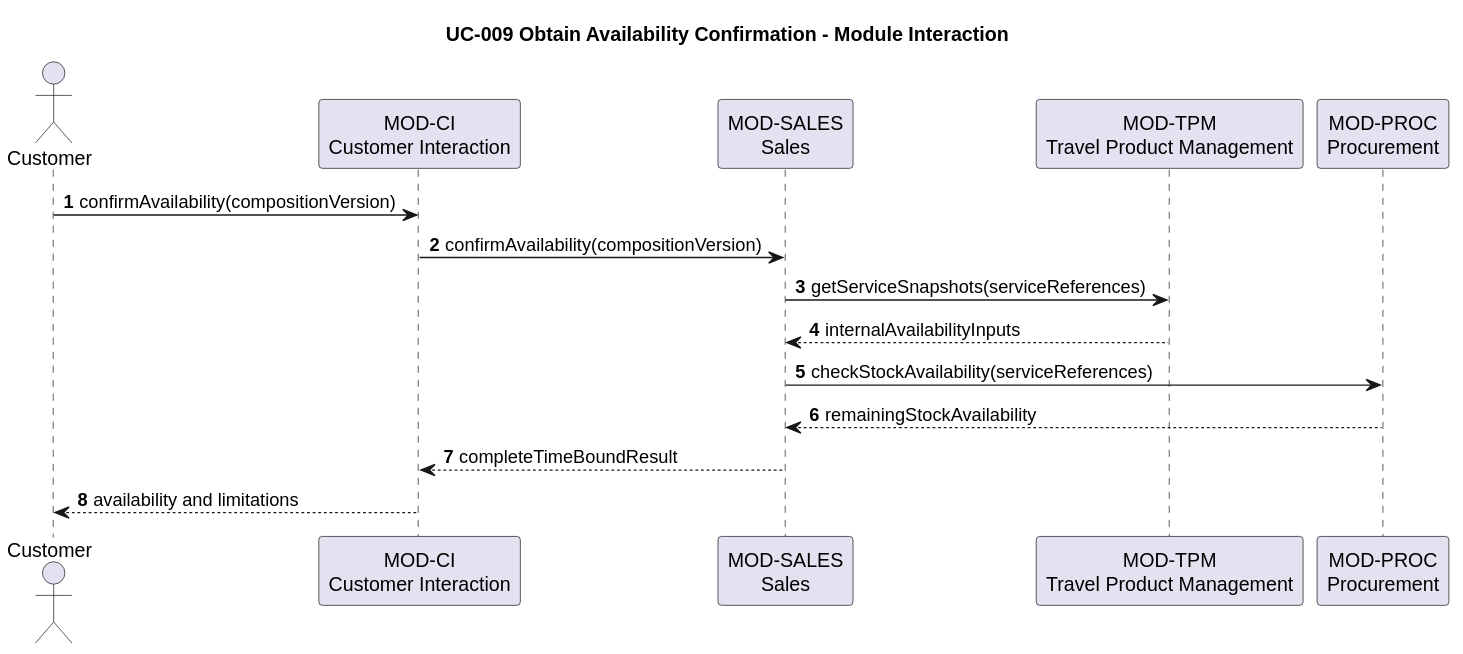
Before: docs/architecture/software-architecture/uc-009-obtain-availability-confirmation.svg, a diagram exported from PlantUML (hochschule-darmstadt/a3se_app).
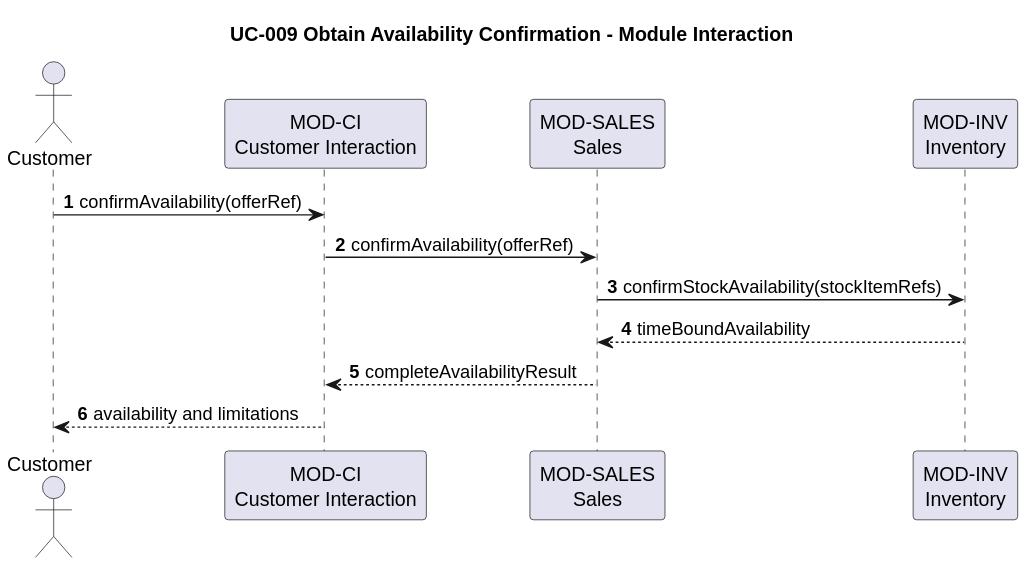
Later version of the same file.

What changed in the source:
```diff
@@ -4,15 +4,12 @@
 actor Customer
 participant "MOD-CI\nCustomer Interaction" as CI
 participant "MOD-SALES\nSales" as SALES
-participant "MOD-TPM\nTravel Product Management" as TPM
-participant "MOD-PROC\nProcurement" as PROC
+participant "MOD-INV\nInventory" as INV
 
-Customer -> CI: confirmAvailability(compositionVersion)
-CI -> SALES: confirmAvailability(compositionVersion)
-SALES -> TPM: getServiceSnapshots(serviceReferences)
-TPM --> SALES: internalAvailabilityInputs
-SALES -> PROC: checkStockAvailability(serviceReferences)
-PROC --> SALES: remainingStockAvailability
-SALES --> CI: completeTimeBoundResult
+Customer -> CI: confirmAvailability(offerRef)
+CI -> SALES: confirmAvailability(offerRef)
+SALES -> INV: confirmStockAvailability(stockItemRefs)
+INV --> SALES: timeBoundAvailability
+SALES --> CI: completeAvailabilityResult
 CI --> Customer: availability and limitations
 @enduml
```
